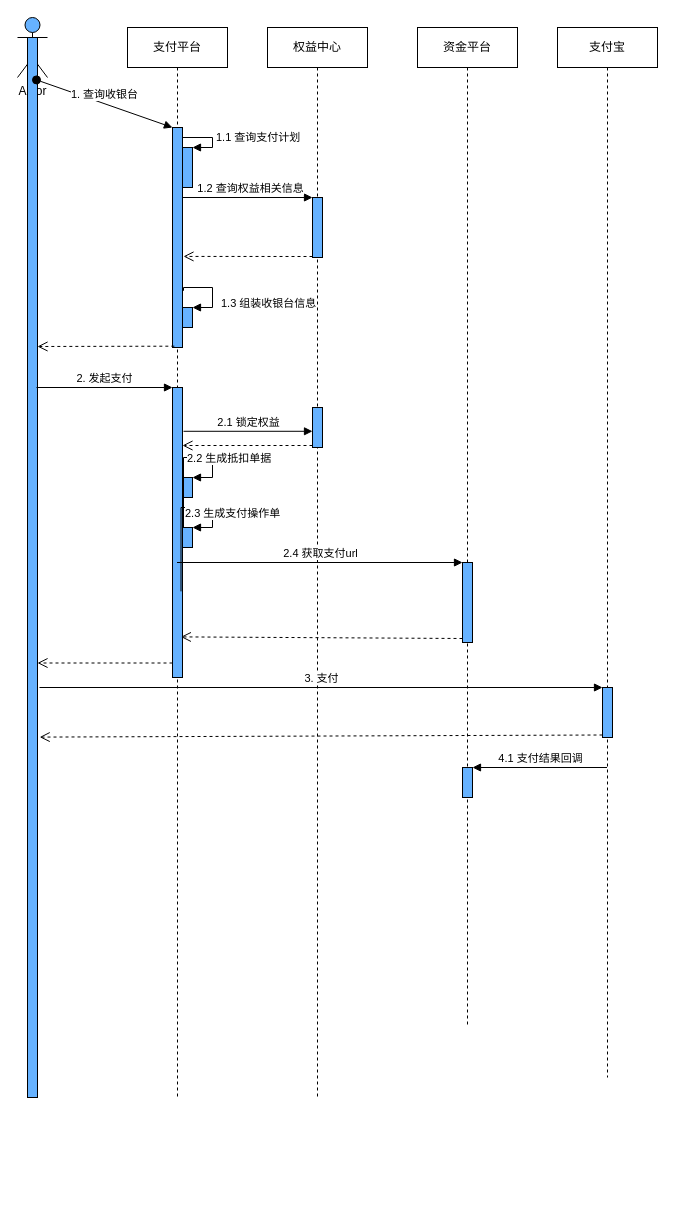
This is Untitled Diagram.drawio from shenchao45/blog, a draw.io file, before an edit. Source tidied: cells renumbered, new cells numbered last; positions are measured from the earlier drawing's top-left corner, leaving out a move shared by most shapes. Both pictures are drawn from the tidied source at 100%, with x=0, y=0 at pixel (17, 17).
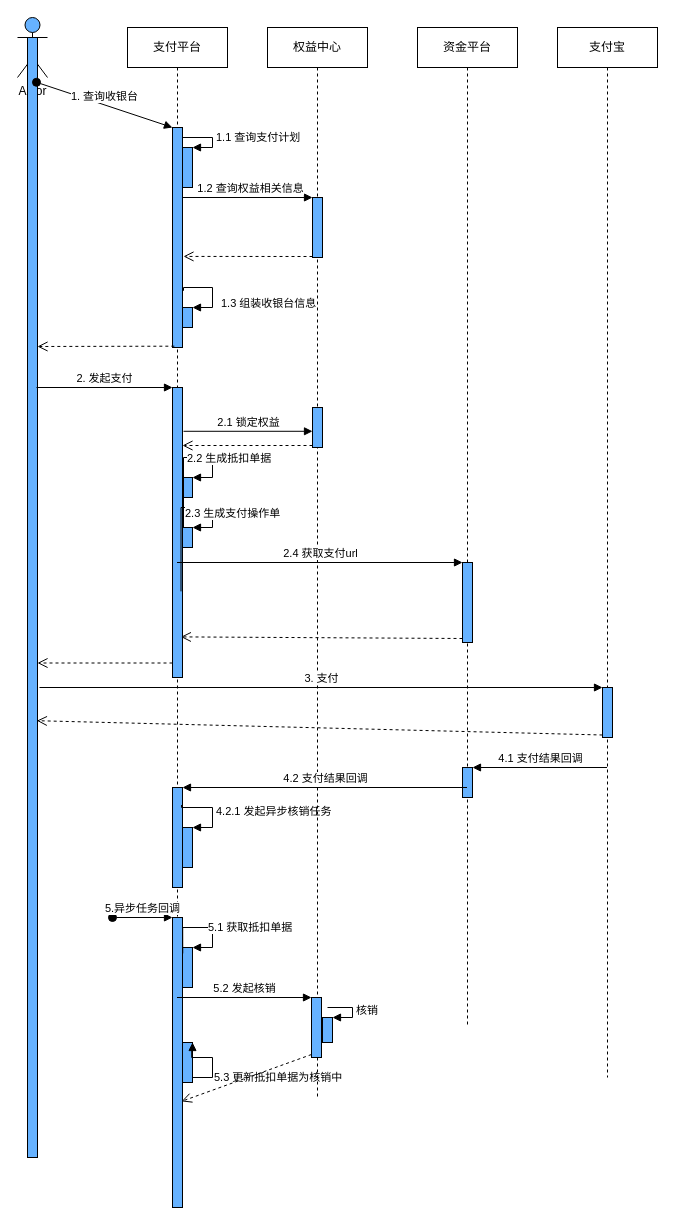
After the change.

Unchanged cells that the change refers to:
```xml
<mxCell id="15" value="权益中心" style="shape=umlLifeline;perimeter=lifelinePerimeter;whiteSpace=wrap;html=1;" parent="1" vertex="1">
  <mxGeometry x="250" y="10" width="100" height="1070" as="geometry" />
</mxCell>
<mxCell id="18" value="资金平台" style="shape=umlLifeline;perimeter=lifelinePerimeter;whiteSpace=wrap;html=1;outlineConnect=0;" parent="1" vertex="1">
  <mxGeometry x="400" y="10" width="100" height="1000" as="geometry" />
</mxCell>
<mxCell id="22" style="html=1;points=[];perimeter=orthogonalPerimeter;fillColor=#66B2FF;" parent="21" vertex="1">
  <mxGeometry x="45" y="660" width="10" height="50" as="geometry" />
</mxCell>
```

What changed in the source:
```diff
@@
     <mxCell id="3" style="html=1;points=[];perimeter=orthogonalPerimeter;fillColor=#66B2FF;" parent="1" vertex="1">
-      <mxGeometry x="10" y="20" width="10" height="1060" as="geometry" />
+      <mxGeometry x="10" y="20" width="10" height="1120" as="geometry" />
     </mxCell>
     <mxCell id="4" value="支付平台" style="shape=umlLifeline;perimeter=lifelinePerimeter;whiteSpace=wrap;html=1;outlineConnect=0;" parent="1" vertex="1">
-      <mxGeometry x="110" y="10" width="100" height="1070" as="geometry" />
+      <mxGeometry x="110" y="10" width="100" height="1180" as="geometry" />
     </mxCell>
@@
+    <mxCell id="36" style="html=1;points=[];perimeter=orthogonalPerimeter;fillColor=#66B2FF;" parent="4" vertex="1">
+      <mxGeometry x="45" y="760" width="10" height="100" as="geometry" />
+    </mxCell>
+    <mxCell id="37" style="html=1;points=[];perimeter=orthogonalPerimeter;fillColor=#66B2FF;" parent="4" vertex="1">
+      <mxGeometry x="55" y="800" width="10" height="40" as="geometry" />
+    </mxCell>
+    <mxCell id="38" value="4.2.1 发起异步核销任务" style="edgeStyle=orthogonalEdgeStyle;html=1;align=left;spacingLeft=2;endArrow=block;rounded=0;entryX=1;entryY=0;exitX=0.906;exitY=0.175;exitDx=0;exitDy=0;exitPerimeter=0;" parent="4" edge="1" source="36" target="37">
+      <mxGeometry relative="1" as="geometry">
+        <Array as="points">
+          <mxPoint x="54" y="780" />
+          <mxPoint x="85" y="780" />
+          <mxPoint x="85" y="800" />
+        </Array>
+      </mxGeometry>
+    </mxCell>
+    <mxCell id="39" style="html=1;points=[];perimeter=orthogonalPerimeter;fillColor=#66B2FF;" parent="4" vertex="1">
+      <mxGeometry x="45" y="890" width="10" height="290" as="geometry" />
+    </mxCell>
+    <mxCell id="40" value="5.异步任务回调" style="html=1;verticalAlign=bottom;startArrow=oval;endArrow=block;startSize=8;" parent="4" edge="1" target="39">
+      <mxGeometry relative="1" as="geometry">
+        <mxPoint x="-15" y="890" as="sourcePoint" />
+      </mxGeometry>
+    </mxCell>
+    <mxCell id="41" style="html=1;points=[];perimeter=orthogonalPerimeter;fillColor=#66B2FF;" parent="4" vertex="1">
+      <mxGeometry x="55" y="920" width="10" height="40" as="geometry" />
+    </mxCell>
+    <mxCell id="42" value="5.1 获取抵扣单据" style="edgeStyle=orthogonalEdgeStyle;html=1;align=left;spacingLeft=2;endArrow=block;rounded=0;entryX=1;entryY=0;exitX=1.024;exitY=0.124;exitDx=0;exitDy=0;exitPerimeter=0;" parent="4" edge="1" source="39" target="41">
+      <mxGeometry relative="1" as="geometry">
+        <Array as="points">
+          <mxPoint x="85" y="900" />
+          <mxPoint x="85" y="920" />
+        </Array>
+      </mxGeometry>
+    </mxCell>
+    <mxCell id="43" style="html=1;points=[];perimeter=orthogonalPerimeter;fillColor=#66B2FF;" parent="4" vertex="1">
+      <mxGeometry x="55" y="1015" width="10" height="40" as="geometry" />
+    </mxCell>
+    <mxCell id="44" value="5.3 更新抵扣单据为核销中" style="edgeStyle=orthogonalEdgeStyle;html=1;align=left;spacingLeft=2;endArrow=block;rounded=0;entryX=1;entryY=0;exitX=0.924;exitY=0.113;exitDx=0;exitDy=0;exitPerimeter=0;" parent="4" edge="1" source="43" target="43">
+      <mxGeometry relative="1" as="geometry">
+        <Array as="points">
+          <mxPoint x="64" y="1030" />
+          <mxPoint x="85" y="1030" />
+          <mxPoint x="85" y="1050" />
+          <mxPoint x="65" y="1050" />
+        </Array>
+      </mxGeometry>
+    </mxCell>
@@
+    <mxCell id="45" style="html=1;points=[];perimeter=orthogonalPerimeter;fillColor=#66B2FF;" parent="15" vertex="1">
+      <mxGeometry x="44" y="970" width="10" height="60" as="geometry" />
+    </mxCell>
+    <mxCell id="46" style="html=1;points=[];perimeter=orthogonalPerimeter;fillColor=#66B2FF;" parent="15" vertex="1">
+      <mxGeometry x="55" y="990" width="10" height="25" as="geometry" />
+    </mxCell>
+    <mxCell id="47" value="核销" style="edgeStyle=orthogonalEdgeStyle;html=1;align=left;spacingLeft=2;endArrow=block;rounded=0;entryX=1;entryY=0;" parent="15" edge="1" target="46">
+      <mxGeometry relative="1" as="geometry">
+        <mxPoint x="60" y="980" as="sourcePoint" />
+        <Array as="points">
+          <mxPoint x="85" y="980" />
+          <mxPoint x="85" y="990" />
+        </Array>
+      </mxGeometry>
+    </mxCell>
@@
-    <mxCell id="34" style="html=1;verticalAlign=bottom;endArrow=open;dashed=1;endSize=8;exitX=0;exitY=0.95;entryX=1.218;entryY=0.66;entryDx=0;entryDy=0;entryPerimeter=0;" parent="1" edge="1" source="22" target="3">
+    <mxCell id="34" style="html=1;verticalAlign=bottom;endArrow=open;dashed=1;endSize=8;exitX=0;exitY=0.95;entryX=0.935;entryY=0.61;entryDx=0;entryDy=0;entryPerimeter=0;" parent="1" edge="1" source="22" target="3">
       <mxGeometry relative="1" as="geometry" />
     </mxCell>
@@
+    <mxCell id="48" value="4.2 支付结果回调" style="html=1;verticalAlign=bottom;endArrow=block;entryX=1;entryY=0;" parent="1" edge="1" source="18" target="36">
+      <mxGeometry relative="1" as="geometry" />
+    </mxCell>
+    <mxCell id="49" value="5.2 发起核销" style="html=1;verticalAlign=bottom;endArrow=block;entryX=0;entryY=0;" parent="1" edge="1" source="4" target="45">
+      <mxGeometry relative="1" as="geometry" />
+    </mxCell>
+    <mxCell id="50" style="html=1;verticalAlign=bottom;endArrow=open;dashed=1;endSize=8;exitX=0;exitY=0.95;entryX=0.906;entryY=0.634;entryDx=0;entryDy=0;entryPerimeter=0;" parent="1" edge="1" source="45" target="39">
+      <mxGeometry relative="1" as="geometry" />
+    </mxCell>
```
